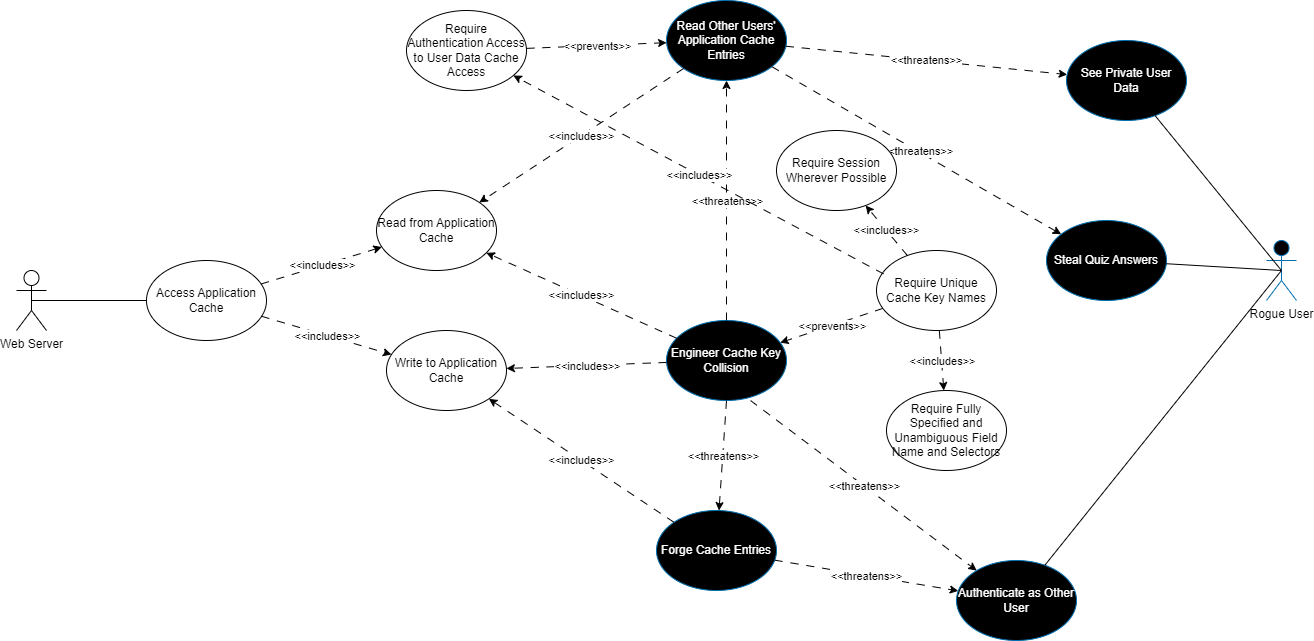
Above: Deliverables/Requirements for Software Security Engineering/Diagrams/Interaction-3-Diagram.png in jschrack/CYBR-8420 (draw.io), before the change. Source tidied: cells renumbered, new cells last; positions are measured from the earlier drawing's top-left corner, leaving out a move shared by most shapes.
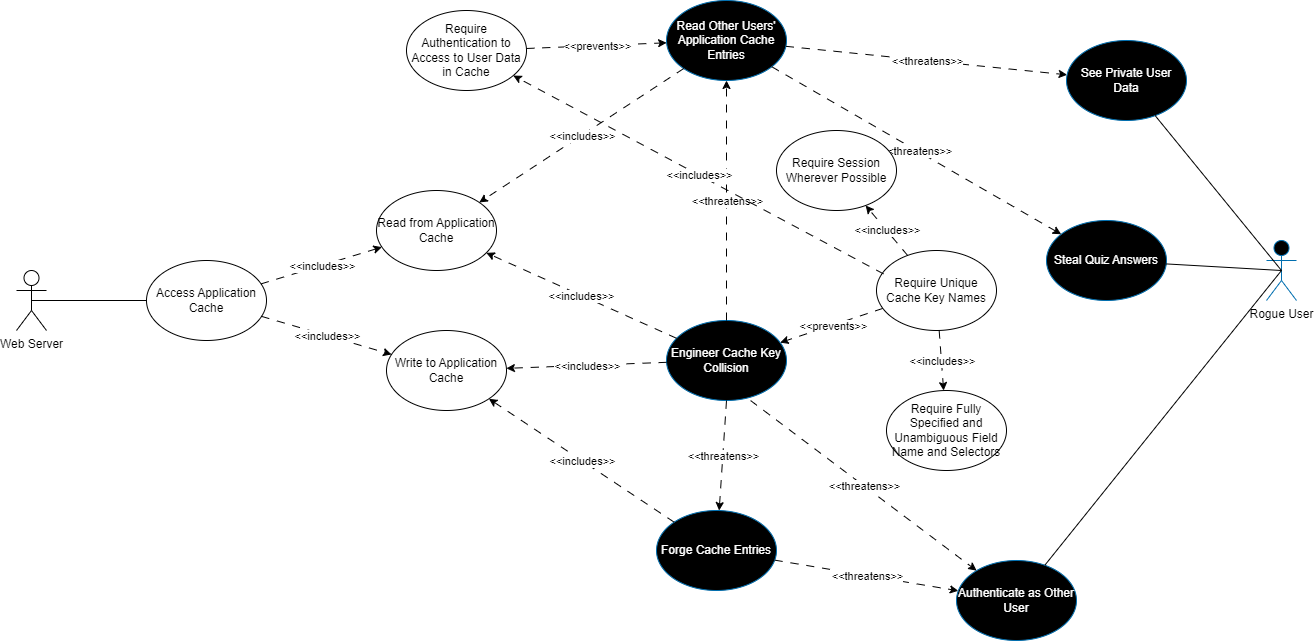
Later version of the same file.

What changed in the source:
```diff
@@ -119,7 +119,7 @@
     <mxCell id="40" style="endArrow=none;html=1;rounded=0;exitX=0.5;exitY=0.5;exitDx=0;exitDy=0;exitPerimeter=0;" parent="1" edge="1" source="11" target="23">
       <mxGeometry relative="1" as="geometry" />
     </mxCell>
-    <mxCell id="41" value="Require Authentication Access to User Data Cache Access" style="ellipse;whiteSpace=wrap;html=1;" parent="1" vertex="1">
+    <mxCell id="41" value="Require Authentication to Access to User Data in Cache" style="ellipse;whiteSpace=wrap;html=1;" parent="1" vertex="1">
       <mxGeometry x="390" y="10" width="120" height="80" as="geometry" />
     </mxCell>
     <mxCell id="42" value="Require Session Wherever Possible" style="ellipse;whiteSpace=wrap;html=1;" parent="1" vertex="1">
```
